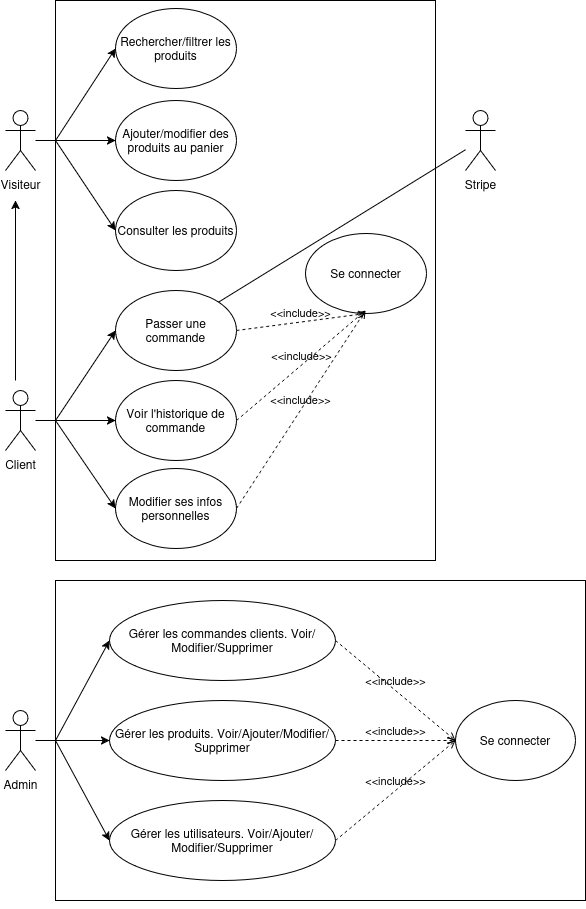
Earlier version of the draw.io export WrapVintage.drawio.png (Namoux/WrapVintage). Source tidied: cells renumbered, new cells last; positions are measured from the earlier drawing's top-left corner, leaving out a move shared by most shapes.
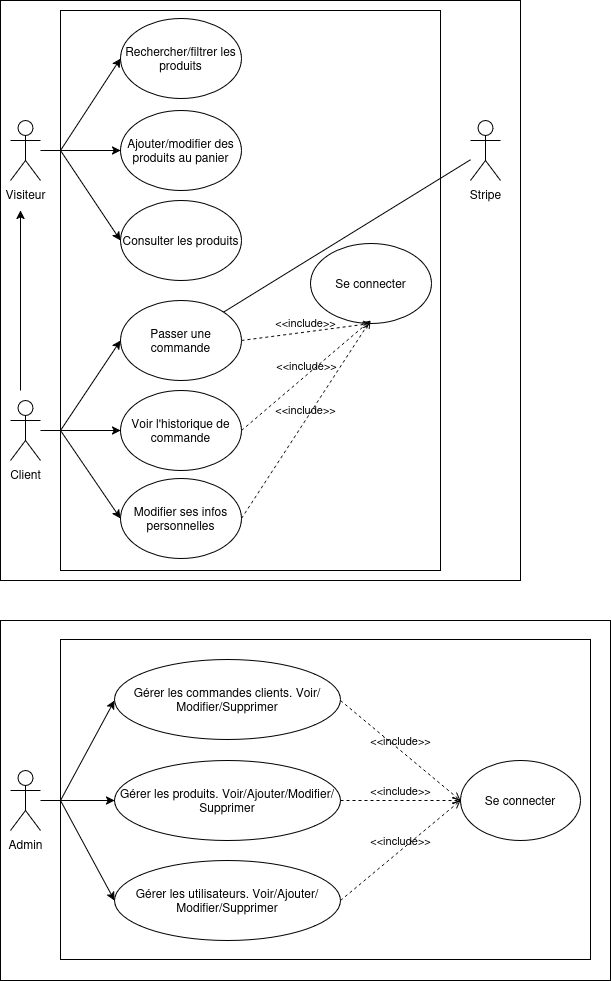
The same file after the commit.

Commit message:
maj use case

The edit, as a diff of the source:
```diff
@@ -2,8 +2,14 @@
   <root>
     <mxCell id="0" />
     <mxCell id="1" parent="0" />
+    <mxCell id="37" style="rounded=0;whiteSpace=wrap;html=1;" parent="1" vertex="1">
+      <mxGeometry x="-10" y="610" width="610" height="360" as="geometry" />
+    </mxCell>
+    <mxCell id="38" style="rounded=0;whiteSpace=wrap;html=1;" parent="1" vertex="1">
+      <mxGeometry x="-10" y="-10" width="520" height="580" as="geometry" />
+    </mxCell>
     <mxCell id="2" style="rounded=0;whiteSpace=wrap;html=1;" parent="1" vertex="1">
-      <mxGeometry x="50" y="580" width="530" height="320" as="geometry" />
+      <mxGeometry x="50" y="629" width="530" height="320" as="geometry" />
     </mxCell>
     <mxCell id="3" style="rounded=0;whiteSpace=wrap;html=1;" parent="1" vertex="1">
       <mxGeometry x="50" width="380" height="560" as="geometry" />
@@ -12,23 +18,24 @@
       <mxGeometry relative="1" as="geometry" />
     </mxCell>
     <mxCell id="5" value="Admin" style="shape=umlActor;verticalLabelPosition=bottom;verticalAlign=top;html=1;outlineConnect=0;" parent="1" vertex="1">
-      <mxGeometry y="710" width="30" height="60" as="geometry" />
+      <mxGeometry y="760" width="30" height="60" as="geometry" />
     </mxCell>
     <mxCell id="6" value="Gérer les utilisateurs. Voir/Ajouter/Modifier/Supprimer" style="ellipse;whiteSpace=wrap;html=1;" parent="1" vertex="1">
-      <mxGeometry x="104" y="800" width="226" height="80" as="geometry" />
+      <mxGeometry x="104" y="850" width="226" height="80" as="geometry" />
     </mxCell>
     <mxCell id="7" value="&lt;div&gt;Se connecter&lt;/div&gt;" style="ellipse;whiteSpace=wrap;html=1;" parent="1" vertex="1">
-      <mxGeometry x="450" y="700" width="120" height="80" as="geometry" />
+      <mxGeometry x="450" y="750" width="120" height="80" as="geometry" />
     </mxCell>
     <mxCell id="8" value="Gérer les produits. Voir/Ajouter/Modifier/Supprimer" style="ellipse;whiteSpace=wrap;html=1;" parent="1" vertex="1">
-      <mxGeometry x="104" y="700" width="226" height="80" as="geometry" />
+      <mxGeometry x="104" y="750" width="226" height="80" as="geometry" />
     </mxCell>
     <mxCell id="9" value="Gérer les commandes clients. Voir/Modifier/Supprimer" style="ellipse;whiteSpace=wrap;html=1;" parent="1" vertex="1">
-      <mxGeometry x="104" y="600" width="226" height="80" as="geometry" />
+      <mxGeometry x="104" y="649" width="226" height="80" as="geometry" />
     </mxCell>
-    <mxCell id="10" style="endArrow=classic;html=1;rounded=0;entryX=0;entryY=0.5;entryDx=0;entryDy=0;" parent="1" edge="1" target="9">
+    <mxCell id="10" style="endArrow=classic;html=1;rounded=0;entryX=0;entryY=0.5;entryDx=0;entryDy=0;" parent="1" edge="1">
       <mxGeometry relative="1" as="geometry">
-        <mxPoint x="50" y="740" as="sourcePoint" />
+        <mxPoint x="50" y="790" as="sourcePoint" />
+        <mxPoint x="104" y="690" as="targetPoint" />
       </mxGeometry>
     </mxCell>
     <mxCell id="11" value="Consulter les produits" style="ellipse;whiteSpace=wrap;html=1;" parent="1" vertex="1">
@@ -109,22 +116,32 @@
     <mxCell id="31" style="endArrow=none;html=1;rounded=0;entryX=1;entryY=0;entryDx=0;entryDy=0;" parent="1" edge="1" source="30" target="14">
       <mxGeometry relative="1" as="geometry" />
     </mxCell>
-    <mxCell id="32" value="&amp;lt;&amp;lt;include&amp;gt;&amp;gt;" style="html=1;verticalAlign=bottom;labelBackgroundColor=none;endArrow=open;endFill=0;dashed=1;rounded=0;exitX=1;exitY=0.5;exitDx=0;exitDy=0;entryX=0;entryY=0.5;entryDx=0;entryDy=0;" parent="1" edge="1" source="6" target="7">
-      <mxGeometry relative="1" as="geometry" />
+    <mxCell id="32" value="&amp;lt;&amp;lt;include&amp;gt;&amp;gt;" style="html=1;verticalAlign=bottom;labelBackgroundColor=none;endArrow=open;endFill=0;dashed=1;rounded=0;exitX=1;exitY=0.5;exitDx=0;exitDy=0;entryX=0;entryY=0.5;entryDx=0;entryDy=0;" parent="1" edge="1" source="6">
+      <mxGeometry relative="1" as="geometry">
+        <mxPoint x="450" y="790" as="targetPoint" />
+      </mxGeometry>
     </mxCell>
-    <mxCell id="33" value="&amp;lt;&amp;lt;include&amp;gt;&amp;gt;" style="html=1;verticalAlign=bottom;labelBackgroundColor=none;endArrow=open;endFill=0;dashed=1;rounded=0;exitX=1;exitY=0.5;exitDx=0;exitDy=0;entryX=0;entryY=0.5;entryDx=0;entryDy=0;" parent="1" edge="1" source="8" target="7">
-      <mxGeometry relative="1" as="geometry" />
+    <mxCell id="33" value="&amp;lt;&amp;lt;include&amp;gt;&amp;gt;" style="html=1;verticalAlign=bottom;labelBackgroundColor=none;endArrow=open;endFill=0;dashed=1;rounded=0;exitX=1;exitY=0.5;exitDx=0;exitDy=0;entryX=0;entryY=0.5;entryDx=0;entryDy=0;" parent="1" edge="1" source="8">
+      <mxGeometry relative="1" as="geometry">
+        <mxPoint x="450" y="790" as="targetPoint" />
+      </mxGeometry>
     </mxCell>
-    <mxCell id="34" value="&amp;lt;&amp;lt;include&amp;gt;&amp;gt;" style="html=1;verticalAlign=bottom;labelBackgroundColor=none;endArrow=open;endFill=0;dashed=1;rounded=0;exitX=1;exitY=0.5;exitDx=0;exitDy=0;entryX=0;entryY=0.5;entryDx=0;entryDy=0;" parent="1" edge="1" source="9" target="7">
-      <mxGeometry relative="1" as="geometry" />
+    <mxCell id="34" value="&amp;lt;&amp;lt;include&amp;gt;&amp;gt;" style="html=1;verticalAlign=bottom;labelBackgroundColor=none;endArrow=open;endFill=0;dashed=1;rounded=0;exitX=1;exitY=0.5;exitDx=0;exitDy=0;entryX=0;entryY=0.5;entryDx=0;entryDy=0;" parent="1" edge="1">
+      <mxGeometry relative="1" as="geometry">
+        <mxPoint x="330" y="690" as="sourcePoint" />
+        <mxPoint x="450" y="790" as="targetPoint" />
+      </mxGeometry>
     </mxCell>
     <mxCell id="35" style="endArrow=classic;html=1;rounded=0;entryX=0;entryY=0.5;entryDx=0;entryDy=0;" parent="1" edge="1" target="6">
       <mxGeometry relative="1" as="geometry">
-        <mxPoint x="50" y="740" as="sourcePoint" />
+        <mxPoint x="50" y="790" as="sourcePoint" />
       </mxGeometry>
     </mxCell>
-    <mxCell id="36" style="edgeStyle=orthogonalEdgeStyle;rounded=0;orthogonalLoop=1;jettySize=auto;html=1;exitX=0.5;exitY=1;exitDx=0;exitDy=0;" parent="1" edge="1" source="2" target="2">
-      <mxGeometry relative="1" as="geometry" />
+    <mxCell id="36" style="edgeStyle=orthogonalEdgeStyle;rounded=0;orthogonalLoop=1;jettySize=auto;html=1;exitX=0.5;exitY=1;exitDx=0;exitDy=0;" parent="1" edge="1">
+      <mxGeometry relative="1" as="geometry">
+        <mxPoint x="315" y="935" as="sourcePoint" />
+        <mxPoint x="315" y="935" as="targetPoint" />
+      </mxGeometry>
     </mxCell>
   </root>
 </mxGraphModel>
```
